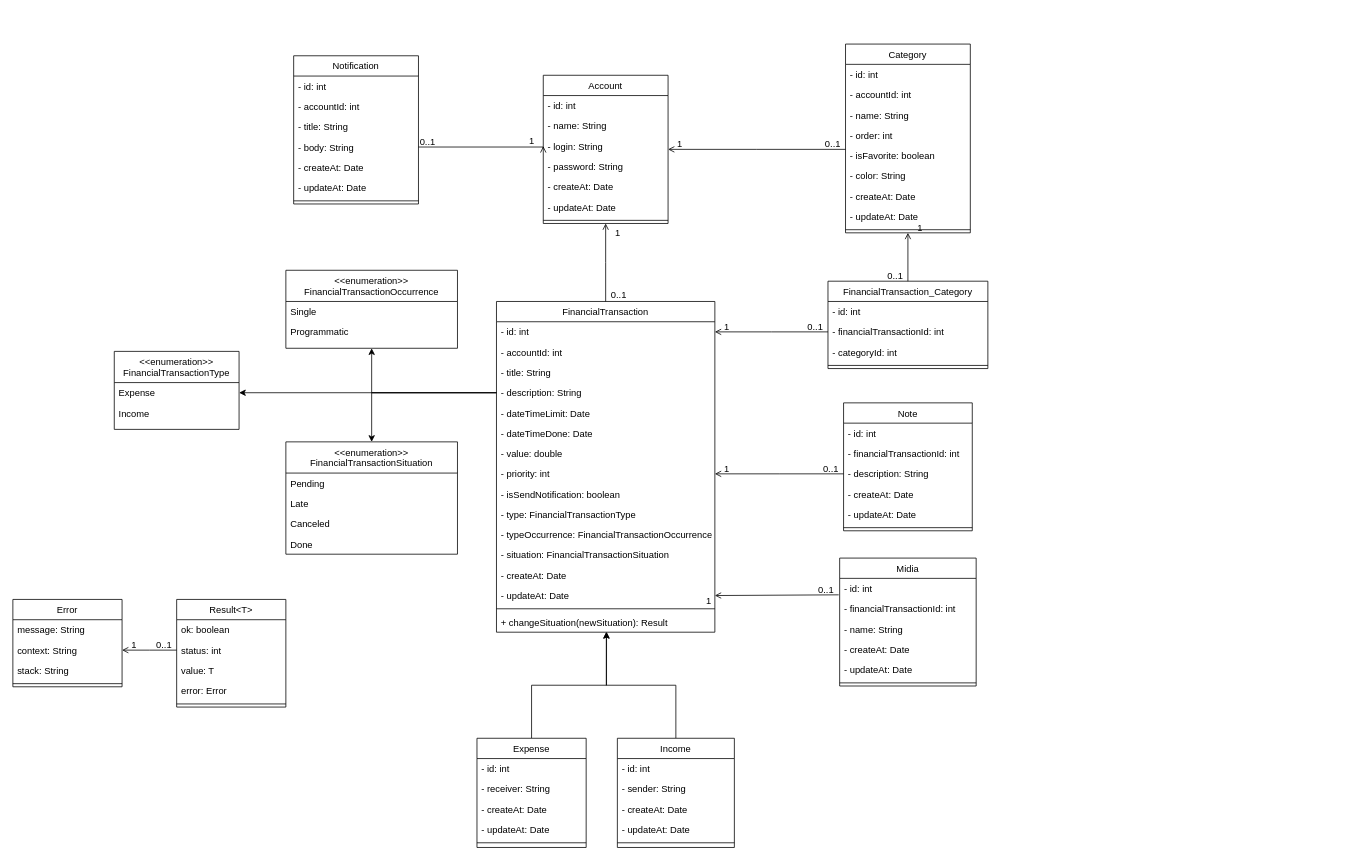
The draw.io diagram docs/class.diagram.drawio in Danrley-Ruan-Saquetti/esliph-finance, before the edit. Source tidied: cells renumbered, new cells numbered last; positions are measured from the earlier drawing's top-left corner, leaving out a move shared by most shapes. Both pictures are drawn from the tidied source at 78%, with x=0, y=0 at pixel (12, 44).
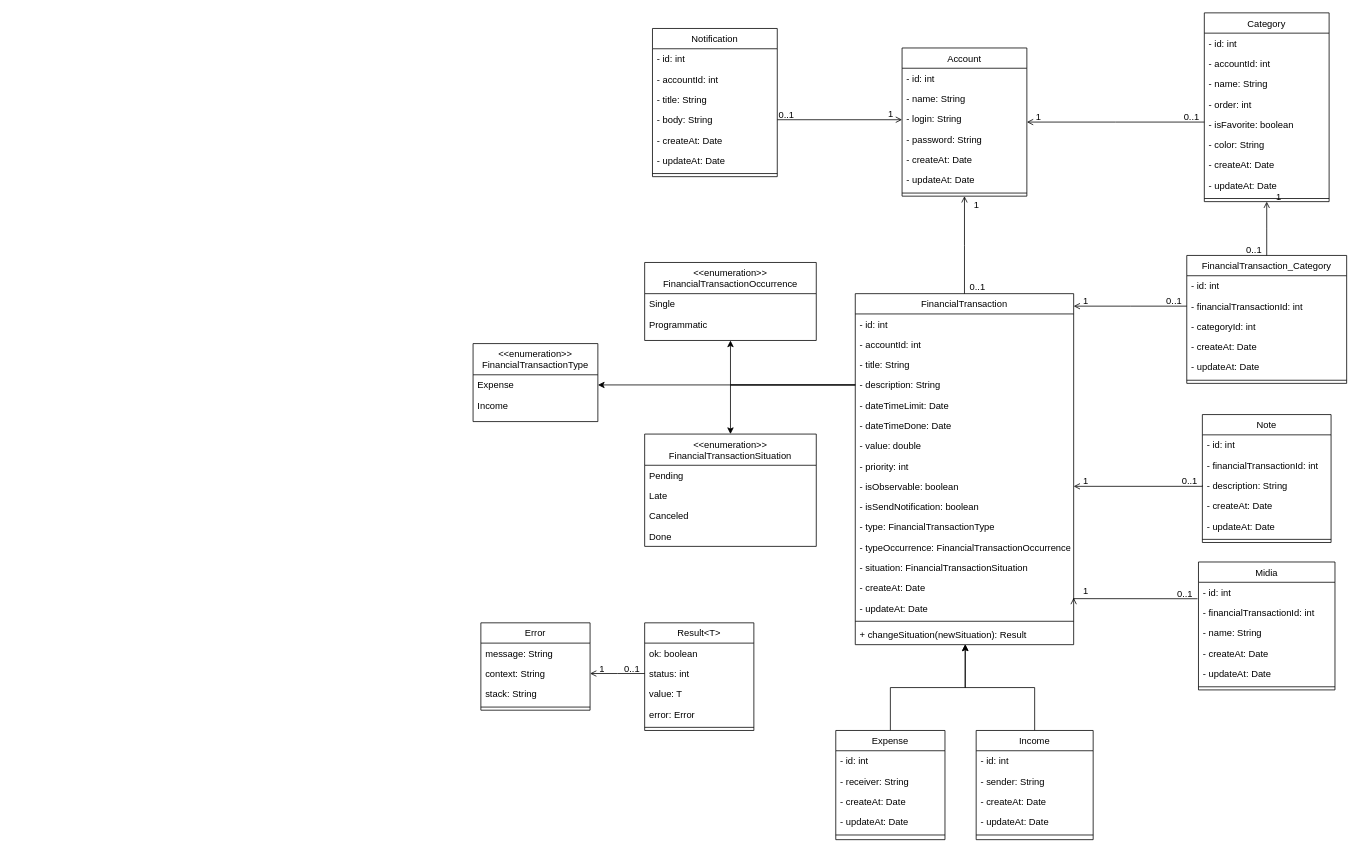
The same diagram, later.

Unchanged cells that the change refers to:
```xml
<mxCell id="27" value="- id: int" style="text;align=left;verticalAlign=top;spacingLeft=4;spacingRight=4;overflow=hidden;points=[[0,0.5],[1,0.5]];portConstraint=eastwest;" parent="26" vertex="1">
  <mxGeometry y="26" width="280" height="26" as="geometry" />
</mxCell>
<mxCell id="34" value="- priority: int" style="text;align=left;verticalAlign=top;spacingLeft=4;spacingRight=4;overflow=hidden;points=[[0,0.5],[1,0.5]];portConstraint=eastwest;" parent="26" vertex="1">
  <mxGeometry y="208" width="280" height="26" as="geometry" />
</mxCell>
<mxCell id="73" value="- financialTransactionId: int" style="text;align=left;verticalAlign=top;spacingLeft=4;spacingRight=4;overflow=hidden;points=[[0,0.5],[1,0.5]];portConstraint=eastwest;" parent="71" vertex="1">
  <mxGeometry y="52" width="205" height="26" as="geometry" />
</mxCell>
<mxCell id="85" value="- description: String" style="text;align=left;verticalAlign=top;spacingLeft=4;spacingRight=4;overflow=hidden;points=[[0,0.5],[1,0.5]];portConstraint=eastwest;" parent="82" vertex="1">
  <mxGeometry y="78" width="165" height="26" as="geometry" />
</mxCell>
<mxCell id="101" value="- id: int" style="text;align=left;verticalAlign=top;spacingLeft=4;spacingRight=4;overflow=hidden;points=[[0,0.5],[1,0.5]];portConstraint=eastwest;" parent="100" vertex="1">
  <mxGeometry y="26" width="175" height="26" as="geometry" />
</mxCell>
```

What changed in the source:
```diff
@@
     <mxCell id="2" value="Account" style="swimlane;fontStyle=0;align=center;verticalAlign=top;horizontal=1;startSize=26;rounded=0;shadow=0;strokeWidth=1;" parent="1" vertex="1">
-      <mxGeometry x="680" y="40" width="160" height="190" as="geometry" />
+      <mxGeometry x="1140" y="5" width="160" height="190" as="geometry" />
     </mxCell>
@@
     <mxCell id="10" value="Category" style="swimlane;fontStyle=0;align=center;verticalAlign=top;horizontal=1;startSize=26;rounded=0;shadow=0;strokeWidth=1;" parent="1" vertex="1">
-      <mxGeometry x="1067.5" width="160" height="242" as="geometry" />
+      <mxGeometry x="1527.5" y="-40" width="160" height="242" as="geometry" />
     </mxCell>
@@
     <mxCell id="26" value="FinancialTransaction" style="swimlane;fontStyle=0;align=center;verticalAlign=top;horizontal=1;startSize=26;rounded=0;shadow=0;strokeWidth=1;" parent="1" vertex="1">
-      <mxGeometry x="620" y="330" width="280" height="424" as="geometry" />
+      <mxGeometry x="1080" y="320" width="280" height="450" as="geometry" />
     </mxCell>
@@
+    <mxCell id="127" value="- isObservable: boolean" style="text;align=left;verticalAlign=top;spacingLeft=4;spacingRight=4;overflow=hidden;points=[[0,0.5],[1,0.5]];portConstraint=eastwest;" parent="26" vertex="1">
+      <mxGeometry y="234" width="280" height="26" as="geometry" />
+    </mxCell>
     <mxCell id="35" value="- isSendNotification: boolean" style="text;align=left;verticalAlign=top;spacingLeft=4;spacingRight=4;overflow=hidden;" parent="26" vertex="1">
-      <mxGeometry y="234" width="280" height="26" as="geometry" />
+      <mxGeometry y="260" width="280" height="26" as="geometry" />
     </mxCell>
     <mxCell id="36" value="- type: FinancialTransactionType" style="text;align=left;verticalAlign=top;spacingLeft=4;spacingRight=4;overflow=hidden;" parent="26" vertex="1">
-      <mxGeometry y="260" width="280" height="26" as="geometry" />
+      <mxGeometry y="286" width="280" height="26" as="geometry" />
     </mxCell>
     <mxCell id="37" value="- typeOccurrence: FinancialTransactionOccurrence" style="text;align=left;verticalAlign=top;spacingLeft=4;spacingRight=4;overflow=hidden;" parent="26" vertex="1">
-      <mxGeometry y="286" width="280" height="26" as="geometry" />
+      <mxGeometry y="312" width="280" height="26" as="geometry" />
     </mxCell>
     <mxCell id="38" value="- situation: FinancialTransactionSituation" style="text;align=left;verticalAlign=top;spacingLeft=4;spacingRight=4;overflow=hidden;" parent="26" vertex="1">
-      <mxGeometry y="312" width="280" height="26" as="geometry" />
+      <mxGeometry y="338" width="280" height="26" as="geometry" />
     </mxCell>
     <mxCell id="39" value="- createAt: Date" style="text;align=left;verticalAlign=top;spacingLeft=4;spacingRight=4;overflow=hidden;rounded=0;shadow=0;html=0;" parent="26" vertex="1">
-      <mxGeometry y="338" width="280" height="26" as="geometry" />
+      <mxGeometry y="364" width="280" height="26" as="geometry" />
     </mxCell>
     <mxCell id="40" value="- updateAt: Date" style="text;align=left;verticalAlign=top;spacingLeft=4;spacingRight=4;overflow=hidden;points=[[0,0.5],[1,0.5]];portConstraint=eastwest;rounded=0;shadow=0;html=0;" parent="26" vertex="1">
-      <mxGeometry y="364" width="280" height="26" as="geometry" />
+      <mxGeometry y="390" width="280" height="26" as="geometry" />
     </mxCell>
     <mxCell id="41" style="line;html=1;strokeWidth=1;align=left;verticalAlign=middle;spacingTop=-1;spacingLeft=3;spacingRight=3;labelPosition=right;" parent="26" vertex="1">
-      <mxGeometry y="390" width="280" height="8" as="geometry" />
+      <mxGeometry y="416" width="280" height="8" as="geometry" />
     </mxCell>
     <mxCell id="42" value="+ changeSituation(newSituation): Result" style="text;align=left;verticalAlign=top;spacingLeft=4;spacingRight=4;overflow=hidden;points=[[0,0.5],[1,0.5]];portConstraint=eastwest;rounded=0;shadow=0;html=0;" parent="26" vertex="1">
-      <mxGeometry y="398" width="280" height="26" as="geometry" />
+      <mxGeometry y="424" width="280" height="26" as="geometry" />
     </mxCell>
     <mxCell id="43" value="&lt;&lt;enumeration&gt;&gt;&#10;FinancialTransactionType" style="swimlane;fontStyle=0;align=center;verticalAlign=top;horizontal=1;startSize=40;rounded=0;shadow=0;strokeWidth=1;" parent="1" vertex="1">
-      <mxGeometry x="130" y="394" width="160" height="100" as="geometry" />
+      <mxGeometry x="590" y="384" width="160" height="100" as="geometry" />
     </mxCell>
@@
     <mxCell id="46" value="&lt;&lt;enumeration&gt;&gt;&#10;FinancialTransactionOccurrence" style="swimlane;fontStyle=0;align=center;verticalAlign=top;horizontal=1;startSize=40;rounded=0;shadow=0;strokeWidth=1;" parent="1" vertex="1">
-      <mxGeometry x="350" y="290" width="220" height="100" as="geometry" />
+      <mxGeometry x="810" y="280" width="220" height="100" as="geometry" />
     </mxCell>
@@
     <mxCell id="49" value="&lt;&lt;enumeration&gt;&gt;&#10;FinancialTransactionSituation" style="swimlane;fontStyle=0;align=center;verticalAlign=top;horizontal=1;startSize=40;rounded=0;shadow=0;strokeWidth=1;" parent="1" vertex="1">
-      <mxGeometry x="350" y="510" width="220" height="144" as="geometry" />
+      <mxGeometry x="810" y="500" width="220" height="144" as="geometry" />
     </mxCell>
@@
     <mxCell id="55" value="Expense" style="swimlane;fontStyle=0;align=center;verticalAlign=top;horizontal=1;startSize=26;rounded=0;shadow=0;strokeWidth=1;" parent="1" vertex="1">
-      <mxGeometry x="595" y="890" width="140" height="140" as="geometry" />
+      <mxGeometry x="1055" y="880" width="140" height="140" as="geometry" />
     </mxCell>
@@
     <mxCell id="62" value="Income" style="swimlane;fontStyle=0;align=center;verticalAlign=top;horizontal=1;startSize=26;rounded=0;shadow=0;strokeWidth=1;" parent="1" vertex="1">
-      <mxGeometry x="775" y="890" width="150" height="140" as="geometry" />
+      <mxGeometry x="1235" y="880" width="150" height="140" as="geometry" />
     </mxCell>
@@
     <mxCell id="71" value="FinancialTransaction_Category" style="swimlane;fontStyle=0;align=center;verticalAlign=top;horizontal=1;startSize=26;rounded=0;shadow=0;strokeWidth=1;" parent="1" vertex="1">
-      <mxGeometry x="1045" y="304" width="205" height="112" as="geometry" />
+      <mxGeometry x="1505" y="271" width="205" height="164" as="geometry" />
     </mxCell>
@@
+    <mxCell id="128" value="- createAt: Date" style="text;align=left;verticalAlign=top;spacingLeft=4;spacingRight=4;overflow=hidden;rounded=0;shadow=0;html=0;" parent="71" vertex="1">
+      <mxGeometry y="104" width="205" height="26" as="geometry" />
+    </mxCell>
+    <mxCell id="129" value="- updateAt: Date" style="text;align=left;verticalAlign=top;spacingLeft=4;spacingRight=4;overflow=hidden;rounded=0;shadow=0;html=0;" parent="71" vertex="1">
+      <mxGeometry y="130" width="205" height="26" as="geometry" />
+    </mxCell>
     <mxCell id="75" style="line;html=1;strokeWidth=1;align=left;verticalAlign=middle;spacingTop=-1;spacingLeft=3;spacingRight=3;labelPosition=right;" parent="71" vertex="1">
-      <mxGeometry y="104" width="205" height="8" as="geometry" />
+      <mxGeometry y="156" width="205" height="8" as="geometry" />
     </mxCell>
@@
-    <mxCell id="79" style="endArrow=open;shadow=0;strokeWidth=1;rounded=0;endFill=1;edgeStyle=elbowEdgeStyle;elbow=vertical;entryX=1;entryY=0.5;entryDx=0;entryDy=0;exitX=0;exitY=0.5;exitDx=0;exitDy=0;" parent="1" edge="1" source="73" target="27">
+    <mxCell id="79" style="endArrow=open;shadow=0;strokeWidth=1;rounded=0;endFill=1;edgeStyle=elbowEdgeStyle;elbow=vertical;exitX=0;exitY=0.5;exitDx=0;exitDy=0;" parent="1" edge="1" source="73" target="26">
       <mxGeometry x="0.5" y="41" relative="1" as="geometry">
         <mxPoint x="-40" y="32" as="offset" />
       </mxGeometry>
     </mxCell>
@@
     <mxCell id="82" value="Note" style="swimlane;fontStyle=0;align=center;verticalAlign=top;horizontal=1;startSize=26;rounded=0;shadow=0;strokeWidth=1;" parent="1" vertex="1">
-      <mxGeometry x="1065" y="460" width="165" height="164" as="geometry" />
+      <mxGeometry x="1525" y="475" width="165" height="164" as="geometry" />
     </mxCell>
@@
-    <mxCell id="89" style="endArrow=open;shadow=0;strokeWidth=1;rounded=0;endFill=1;edgeStyle=elbowEdgeStyle;elbow=vertical;entryX=1;entryY=0.5;entryDx=0;entryDy=0;exitX=0;exitY=0.5;exitDx=0;exitDy=0;" parent="1" edge="1" source="85" target="34">
+    <mxCell id="89" style="endArrow=open;shadow=0;strokeWidth=1;rounded=0;endFill=1;edgeStyle=elbowEdgeStyle;elbow=vertical;exitX=0;exitY=0.5;exitDx=0;exitDy=0;entryX=1;entryY=0.5;entryDx=0;entryDy=0;" parent="1" edge="1" source="85" target="127">
       <mxGeometry x="0.5" y="41" relative="1" as="geometry">
         <mxPoint x="-40" y="32" as="offset" />
       </mxGeometry>
     </mxCell>
@@
     <mxCell id="92" value="Notification" style="swimlane;fontStyle=0;align=center;verticalAlign=top;horizontal=1;startSize=26;rounded=0;shadow=0;strokeWidth=1;" parent="1" vertex="1">
-      <mxGeometry x="360" y="15" width="160" height="190" as="geometry" />
+      <mxGeometry x="820" y="-20" width="160" height="190" as="geometry" />
     </mxCell>
@@
     <mxCell id="100" value="Midia" style="swimlane;fontStyle=0;align=center;verticalAlign=top;horizontal=1;startSize=26;rounded=0;shadow=0;strokeWidth=1;" parent="1" vertex="1">
-      <mxGeometry x="1060" y="659" width="175" height="164" as="geometry" />
+      <mxGeometry x="1520" y="664" width="175" height="164" as="geometry" />
     </mxCell>
@@
-    <mxCell id="107" style="endArrow=open;shadow=0;strokeWidth=1;rounded=0;endFill=1;edgeStyle=elbowEdgeStyle;elbow=vertical;entryX=1;entryY=0.5;entryDx=0;entryDy=0;exitX=-0.007;exitY=0.812;exitDx=0;exitDy=0;exitPerimeter=0;" parent="1" edge="1" source="101" target="40">
+    <mxCell id="107" style="endArrow=open;shadow=0;strokeWidth=1;rounded=0;endFill=1;edgeStyle=elbowEdgeStyle;elbow=vertical;exitX=-0.007;exitY=0.812;exitDx=0;exitDy=0;exitPerimeter=0;" parent="1" edge="1" source="101">
       <mxGeometry x="0.5" y="41" relative="1" as="geometry">
+        <mxPoint x="1360" y="710" as="targetPoint" />
         <mxPoint x="-40" y="32" as="offset" />
       </mxGeometry>
     </mxCell>
@@
     <mxCell id="109" value="1" style="align=right;verticalAlign=bottom;labelBackgroundColor=none;fontSize=12;" parent="107" vertex="1">
       <mxGeometry x="1" relative="1" as="geometry">
-        <mxPoint x="-3" y="15" as="offset" />
+        <mxPoint x="20" as="offset" />
       </mxGeometry>
     </mxCell>
@@
     <mxCell id="113" value="Result&lt;T&gt;" style="swimlane;fontStyle=0;align=center;verticalAlign=top;horizontal=1;startSize=26;rounded=0;shadow=0;strokeWidth=1;" parent="1" vertex="1">
-      <mxGeometry x="210" y="712" width="140" height="138" as="geometry" />
+      <mxGeometry x="810" y="742" width="140" height="138" as="geometry" />
     </mxCell>
@@
     <mxCell id="119" value="Error" style="swimlane;fontStyle=0;align=center;verticalAlign=top;horizontal=1;startSize=26;rounded=0;shadow=0;strokeWidth=1;" parent="1" vertex="1">
-      <mxGeometry y="712" width="140" height="112" as="geometry" />
+      <mxGeometry x="600" y="742" width="140" height="112" as="geometry" />
     </mxCell>
```
